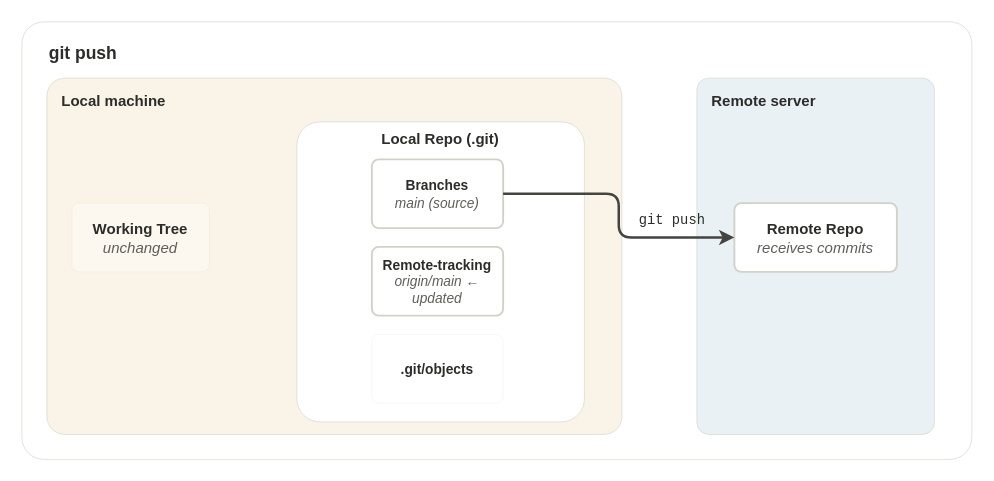
The draw.io diagram assets/drawio/git-remote-push.drawio in braboj/tutorial-git, before the edit. Source tidied: cells renumbered, new cells numbered last; positions are measured from the earlier drawing's top-left corner, leaving out a move shared by most shapes. Both pictures are drawn from the tidied source at 125%, with x=0, y=0 at pixel (21, 21).
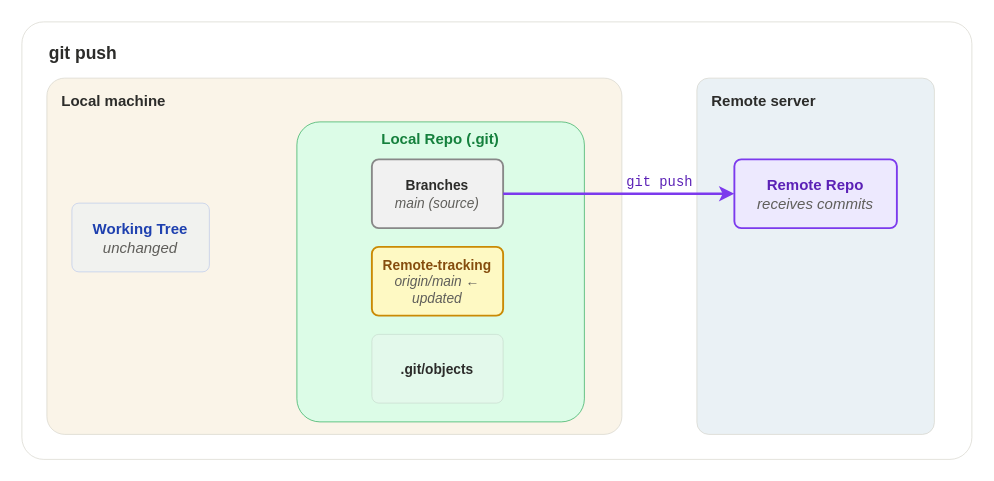
After the change.

Commit message (it also covers changes not shown here):
fix: restore colors and polish all remote chapter diagrams

Diff of the diagram source:
```diff
@@
 <mxGraphModel>
   <root>
     <mxCell id="0" />
     <mxCell id="1" parent="0" />
     <mxCell id="2" style="rounded=1;whiteSpace=wrap;html=1;fillColor=#FFFFFF;strokeColor=#D3D1C7;strokeWidth=0.5;shadow=0;arcSize=5;" parent="1" vertex="1">
       <mxGeometry width="760" height="350" as="geometry" />
     </mxCell>
     <mxCell id="3" value="git push" style="text;html=1;strokeColor=none;fillColor=none;align=left;verticalAlign=top;fontSize=14;fontStyle=1;fontColor=#2C2C2A;fontFamily=Helvetica;" parent="1" vertex="1">
       <mxGeometry x="20" y="10" width="120" height="24" as="geometry" />
     </mxCell>
     <mxCell id="4" style="rounded=1;whiteSpace=wrap;html=1;fillColor=#FAF4E8;strokeColor=#D3D1C7;strokeWidth=0.5;shadow=0;arcSize=5;" parent="1" vertex="1">
       <mxGeometry x="20" y="45" width="460" height="285" as="geometry" />
     </mxCell>
     <mxCell id="5" value="Local machine" style="text;html=1;strokeColor=none;fillColor=none;align=left;verticalAlign=top;fontSize=12;fontStyle=1;fontColor=#2C2C2A;fontFamily=Helvetica;" parent="1" vertex="1">
       <mxGeometry x="30" y="50" width="120" height="20" as="geometry" />
     </mxCell>
     <mxCell id="6" style="rounded=1;whiteSpace=wrap;html=1;fillColor=#EAF1F5;strokeColor=#D3D1C7;strokeWidth=0.5;shadow=0;arcSize=5;" parent="1" vertex="1">
       <mxGeometry x="540" y="45" width="190" height="285" as="geometry" />
     </mxCell>
     <mxCell id="7" value="Remote server" style="text;html=1;strokeColor=none;fillColor=none;align=left;verticalAlign=top;fontSize=12;fontStyle=1;fontColor=#2C2C2A;fontFamily=Helvetica;" parent="1" vertex="1">
       <mxGeometry x="550" y="50" width="120" height="20" as="geometry" />
     </mxCell>
-    <mxCell id="8" value="Working Tree&lt;br&gt;&lt;i style=&quot;font-weight:normal;color:#5F5E5A&quot;&gt;unchanged&lt;/i&gt;" style="rounded=1;whiteSpace=wrap;html=1;fillColor=#FFFFFF;strokeColor=#D3D1C7;strokeWidth=0.5;shadow=0;fontSize=12;fontStyle=1;fontColor=#2C2C2A;fontFamily=Helvetica;verticalAlign=middle;align=center;arcSize=10;opacity=30;" parent="1" vertex="1">
+    <mxCell id="8" value="Working Tree&lt;br&gt;&lt;i style=&quot;font-weight:normal;color:#5F5E5A&quot;&gt;unchanged&lt;/i&gt;" style="rounded=1;whiteSpace=wrap;html=1;fillColor=#DBEAFE;strokeColor=#2563EB;strokeWidth=0.5;shadow=0;fontSize=12;fontStyle=1;fontColor=#1E40AF;fontFamily=Helvetica;verticalAlign=middle;align=center;arcSize=10;opacity=30;" parent="1" vertex="1">
       <mxGeometry x="40" y="145" width="110" height="55" as="geometry" />
     </mxCell>
-    <mxCell id="9" value="Local Repo (.git)" style="rounded=1;whiteSpace=wrap;html=1;fillColor=#FFFFFF;strokeColor=#D3D1C7;strokeWidth=0.5;shadow=0;fontSize=12;fontStyle=1;fontColor=#2C2C2A;fontFamily=Helvetica;verticalAlign=top;align=center;arcSize=8;" parent="1" vertex="1">
+    <mxCell id="9" value="Local Repo (.git)" style="rounded=1;whiteSpace=wrap;html=1;fillColor=#DCFCE7;strokeColor=#16A34A;strokeWidth=0.5;shadow=0;fontSize=12;fontStyle=1;fontColor=#15803D;fontFamily=Helvetica;verticalAlign=top;align=center;arcSize=8;" parent="1" vertex="1">
       <mxGeometry x="220" y="80" width="230" height="240" as="geometry" />
     </mxCell>
-    <mxCell id="10" value="Branches&lt;br&gt;&lt;i style=&quot;font-weight:normal;color:#5F5E5A&quot;&gt;main (source)&lt;/i&gt;" style="rounded=1;whiteSpace=wrap;html=1;fillColor=#FFFFFF;strokeColor=#D3D1C7;strokeWidth=1.5;shadow=0;fontSize=11;fontStyle=1;fontColor=#2C2C2A;fontFamily=Helvetica;verticalAlign=middle;align=center;arcSize=10;" parent="1" vertex="1">
+    <mxCell id="10" value="Branches&lt;br&gt;&lt;i style=&quot;font-weight:normal;color:#5F5E5A&quot;&gt;main (source)&lt;/i&gt;" style="rounded=1;whiteSpace=wrap;html=1;fillColor=#F1F1F1;strokeColor=#888888;strokeWidth=1.5;shadow=0;fontSize=11;fontStyle=1;fontColor=#2C2C2A;fontFamily=Helvetica;verticalAlign=middle;align=center;arcSize=10;" parent="1" vertex="1">
       <mxGeometry x="280" y="110" width="105" height="55" as="geometry" />
     </mxCell>
-    <mxCell id="11" value="Remote-tracking&lt;br&gt;&lt;i style=&quot;font-weight:normal;color:#5F5E5A&quot;&gt;origin/main &amp;#x2190; updated&lt;/i&gt;" style="rounded=1;whiteSpace=wrap;html=1;fillColor=#FFFFFF;strokeColor=#D3D1C7;strokeWidth=1.5;shadow=0;fontSize=11;fontStyle=1;fontColor=#2C2C2A;fontFamily=Helvetica;verticalAlign=middle;align=center;arcSize=10;" parent="1" vertex="1">
+    <mxCell id="11" value="Remote-tracking&lt;br&gt;&lt;i style=&quot;font-weight:normal;color:#5F5E5A&quot;&gt;origin/main &amp;#x2190; updated&lt;/i&gt;" style="rounded=1;whiteSpace=wrap;html=1;fillColor=#FEF9C3;strokeColor=#CA8A04;strokeWidth=1.5;shadow=0;fontSize=11;fontStyle=1;fontColor=#854D0E;fontFamily=Helvetica;verticalAlign=middle;align=center;arcSize=10;" parent="1" vertex="1">
       <mxGeometry x="280" y="180" width="105" height="55" as="geometry" />
     </mxCell>
-    <mxCell id="12" value=".git/objects" style="rounded=1;whiteSpace=wrap;html=1;fillColor=#FFFFFF;strokeColor=#D3D1C7;strokeWidth=0.5;shadow=0;fontSize=11;fontStyle=1;fontColor=#2C2C2A;fontFamily=Helvetica;verticalAlign=middle;align=center;arcSize=10;opacity=30;" parent="1" vertex="1">
+    <mxCell id="12" value=".git/objects" style="rounded=1;whiteSpace=wrap;html=1;fillColor=#F1F1F1;strokeColor=#888888;strokeWidth=0.5;shadow=0;fontSize=11;fontStyle=1;fontColor=#2C2C2A;fontFamily=Helvetica;verticalAlign=middle;align=center;arcSize=10;opacity=30;" parent="1" vertex="1">
       <mxGeometry x="280" y="250" width="105" height="55" as="geometry" />
     </mxCell>
-    <mxCell id="13" value="Remote Repo&lt;br&gt;&lt;i style=&quot;font-weight:normal;color:#5F5E5A&quot;&gt;receives commits&lt;/i&gt;" style="rounded=1;whiteSpace=wrap;html=1;fillColor=#FFFFFF;strokeColor=#D3D1C7;strokeWidth=1.5;shadow=0;fontSize=12;fontStyle=1;fontColor=#2C2C2A;fontFamily=Helvetica;verticalAlign=middle;align=center;arcSize=10;" parent="1" vertex="1">
-      <mxGeometry x="570" y="145" width="130" height="55" as="geometry" />
+    <mxCell id="13" value="Remote Repo&lt;br&gt;&lt;i style=&quot;font-weight:normal;color:#5F5E5A&quot;&gt;receives commits&lt;/i&gt;" style="rounded=1;whiteSpace=wrap;html=1;fillColor=#EDE9FE;strokeColor=#7C3AED;strokeWidth=1.5;shadow=0;fontSize=12;fontStyle=1;fontColor=#5B21B6;fontFamily=Helvetica;verticalAlign=middle;align=center;arcSize=10;" parent="1" vertex="1">
+      <mxGeometry x="570" y="110" width="130" height="55" as="geometry" />
     </mxCell>
-    <mxCell id="14" style="endArrow=classic;html=1;strokeColor=#444441;strokeWidth=2;endFill=1;endSize=6;exitX=1;exitY=0.5;exitDx=0;exitDy=0;entryX=0;entryY=0.5;entryDx=0;entryDy=0;edgeStyle=orthogonalEdgeStyle;" parent="1" edge="1" source="10" target="13">
+    <mxCell id="14" style="endArrow=classic;html=1;strokeColor=#7C3AED;strokeWidth=2;endFill=1;endSize=6;exitX=1;exitY=0.5;exitDx=0;exitDy=0;entryX=0;entryY=0.5;entryDx=0;entryDy=0;edgeStyle=orthogonalEdgeStyle;" parent="1" edge="1" source="10" target="13">
       <mxGeometry relative="1" as="geometry" />
     </mxCell>
-    <mxCell id="15" value="git push" style="text;html=1;strokeColor=none;fillColor=none;align=center;verticalAlign=bottom;fontSize=11;fontStyle=0;fontColor=#2C2C2A;fontFamily=Courier New;" parent="1" vertex="1">
-      <mxGeometry x="480" y="150" width="80" height="18" as="geometry" />
+    <mxCell id="15" value="git push" style="text;html=1;strokeColor=none;fillColor=none;align=center;verticalAlign=bottom;fontSize=11;fontStyle=0;fontColor=#5B21B6;fontFamily=Courier New;" parent="1" vertex="1">
+      <mxGeometry x="470" y="120" width="80" height="18" as="geometry" />
     </mxCell>
   </root>
 </mxGraphModel>
```
